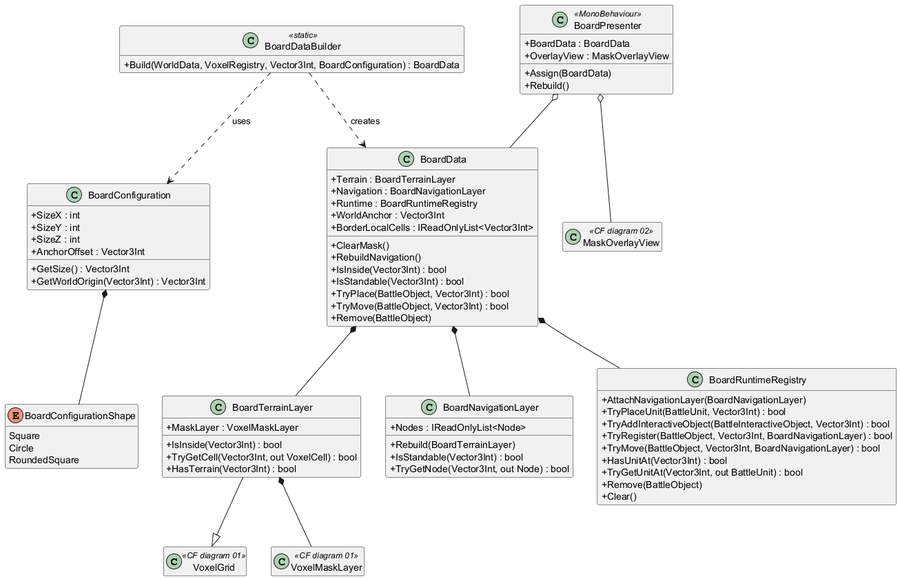
The PlantUML diagram Architecture/diagrams/Board System.png in EreliaStudio/Erelia, before a commit. Its diagram source:
```plantuml
@startuml Board System

skinparam classAttributeIconSize 0
hide empty members

class VoxelGrid <<CF diagram 01>> {}
class VoxelMaskLayer <<CF diagram 01>> {}
class MaskOverlayView <<CF diagram 02>> {}

class BoardConfiguration {
  +SizeX : int
  +SizeY : int
  +SizeZ : int
  +AnchorOffset : Vector3Int
  +GetSize() : Vector3Int
  +GetWorldOrigin(Vector3Int) : Vector3Int
}

enum BoardConfigurationShape {
  Square
  Circle
  RoundedSquare
}

class BoardTerrainLayer {
  +MaskLayer : VoxelMaskLayer
  +IsInside(Vector3Int) : bool
  +TryGetCell(Vector3Int, out VoxelCell) : bool
  +HasTerrain(Vector3Int) : bool
}

class BoardNavigationLayer {
  +Nodes : IReadOnlyList<Node>
  +Rebuild(BoardTerrainLayer)
  +IsStandable(Vector3Int) : bool
  +TryGetNode(Vector3Int, out Node) : bool
}

class BoardRuntimeRegistry {
  +AttachNavigationLayer(BoardNavigationLayer)
  +TryPlaceUnit(BattleUnit, Vector3Int) : bool
  +TryAddInteractiveObject(BattleInteractiveObject, Vector3Int) : bool
  +TryRegister(BattleObject, Vector3Int, BoardNavigationLayer) : bool
  +TryMove(BattleObject, Vector3Int, BoardNavigationLayer) : bool
  +HasUnitAt(Vector3Int) : bool
  +TryGetUnitAt(Vector3Int, out BattleUnit) : bool
  +Remove(BattleObject)
  +Clear()
}

class BoardData {
  +Terrain : BoardTerrainLayer
  +Navigation : BoardNavigationLayer
  +Runtime : BoardRuntimeRegistry
  +WorldAnchor : Vector3Int
  +BorderLocalCells : IReadOnlyList<Vector3Int>
  +ClearMask()
  +RebuildNavigation()
  +IsInside(Vector3Int) : bool
  +IsStandable(Vector3Int) : bool
  +TryPlace(BattleObject, Vector3Int) : bool
  +TryMove(BattleObject, Vector3Int) : bool
  +Remove(BattleObject)
}

class BoardDataBuilder <<static>> {
  +Build(WorldData, VoxelRegistry, Vector3Int, BoardConfiguration) : BoardData
}

class BoardPresenter <<MonoBehaviour>> {
  +BoardData : BoardData
  +OverlayView : MaskOverlayView
  +Assign(BoardData)
  +Rebuild()
}

BoardTerrainLayer --|> VoxelGrid
BoardTerrainLayer *-- VoxelMaskLayer
BoardData *-- BoardTerrainLayer
BoardData *-- BoardNavigationLayer
BoardData *-- BoardRuntimeRegistry
BoardConfiguration *-- BoardConfigurationShape
BoardDataBuilder ..> BoardData : creates
BoardDataBuilder ..> BoardConfiguration : uses
BoardPresenter o-- BoardData
BoardPresenter o-- MaskOverlayView

@enduml
```
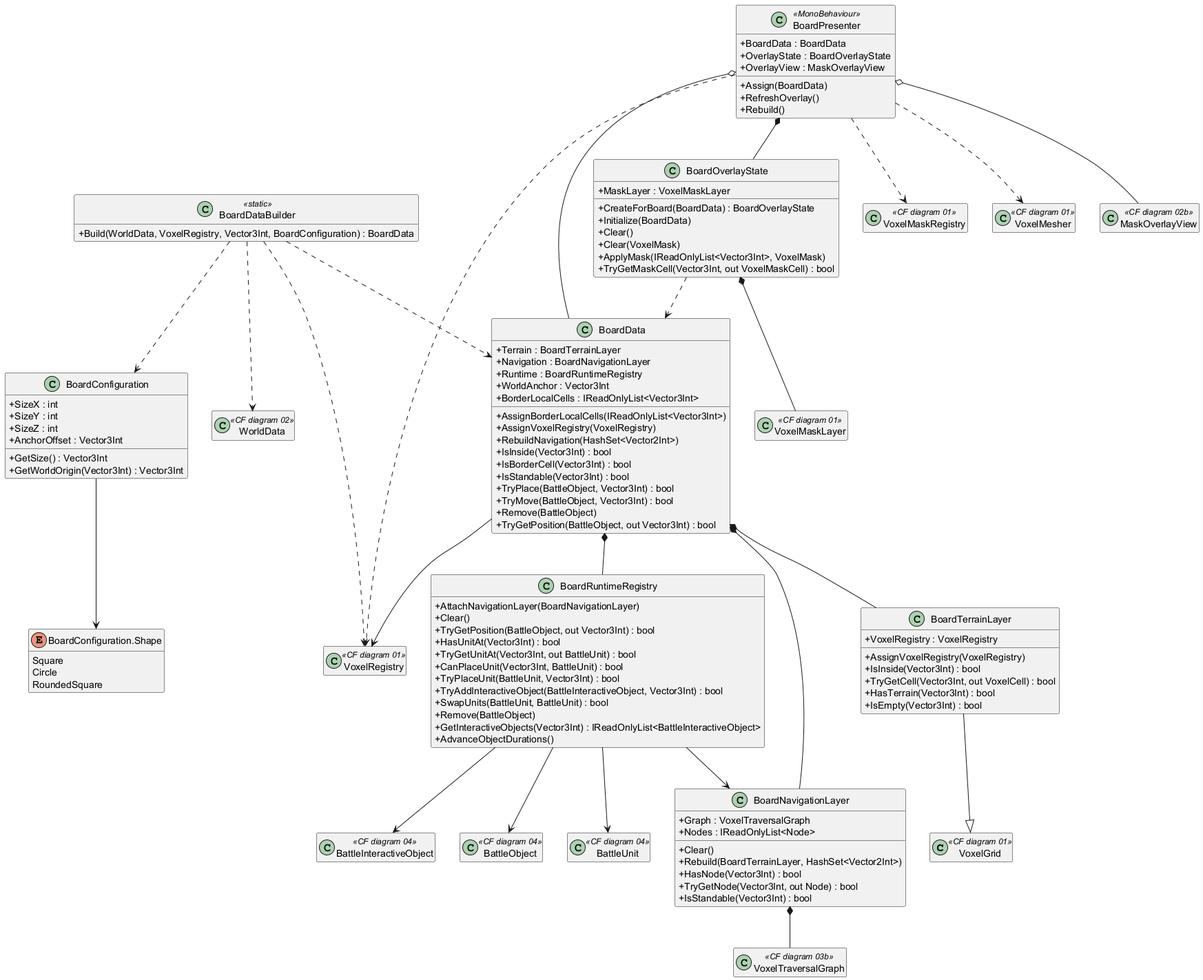
The same file after the commit.

Change to the diagram source:
```diff
@@ -1,11 +1,20 @@
 @startuml Board System
 
 skinparam classAttributeIconSize 0
+skinparam shadowing false
 hide empty members
 
 class VoxelGrid <<CF diagram 01>> {}
 class VoxelMaskLayer <<CF diagram 01>> {}
-class MaskOverlayView <<CF diagram 02>> {}
+class VoxelRegistry <<CF diagram 01>> {}
+class VoxelMaskRegistry <<CF diagram 01>> {}
+class VoxelMesher <<CF diagram 01>> {}
+class WorldData <<CF diagram 02>> {}
+class VoxelTraversalGraph <<CF diagram 03b>> {}
+class BattleObject <<CF diagram 04>> {}
+class BattleUnit <<CF diagram 04>> {}
+class BattleInteractiveObject <<CF diagram 04>> {}
+class MaskOverlayView <<CF diagram 02b>> {}
 
 class BoardConfiguration {
   +SizeX : int
@@ -16,36 +25,44 @@
   +GetWorldOrigin(Vector3Int) : Vector3Int
 }
 
-enum BoardConfigurationShape {
+enum "BoardConfiguration.Shape" as BoardConfigurationShape {
   Square
   Circle
   RoundedSquare
 }
 
 class BoardTerrainLayer {
-  +MaskLayer : VoxelMaskLayer
+  +VoxelRegistry : VoxelRegistry
+  +AssignVoxelRegistry(VoxelRegistry)
   +IsInside(Vector3Int) : bool
   +TryGetCell(Vector3Int, out VoxelCell) : bool
   +HasTerrain(Vector3Int) : bool
+  +IsEmpty(Vector3Int) : bool
 }
 
 class BoardNavigationLayer {
+  +Graph : VoxelTraversalGraph
   +Nodes : IReadOnlyList<Node>
-  +Rebuild(BoardTerrainLayer)
+  +Clear()
+  +Rebuild(BoardTerrainLayer, HashSet<Vector2Int>)
+  +HasNode(Vector3Int) : bool
+  +TryGetNode(Vector3Int, out Node) : bool
   +IsStandable(Vector3Int) : bool
-  +TryGetNode(Vector3Int, out Node) : bool
 }
 
 class BoardRuntimeRegistry {
   +AttachNavigationLayer(BoardNavigationLayer)
+  +Clear()
+  +TryGetPosition(BattleObject, out Vector3Int) : bool
+  +HasUnitAt(Vector3Int) : bool
+  +TryGetUnitAt(Vector3Int, out BattleUnit) : bool
+  +CanPlaceUnit(Vector3Int, BattleUnit) : bool
   +TryPlaceUnit(BattleUnit, Vector3Int) : bool
   +TryAddInteractiveObject(BattleInteractiveObject, Vector3Int) : bool
-  +TryRegister(BattleObject, Vector3Int, BoardNavigationLayer) : bool
-  +TryMove(BattleObject, Vector3Int, BoardNavigationLayer) : bool
-  +HasUnitAt(Vector3Int) : bool
-  +TryGetUnitAt(Vector3Int, out BattleUnit) : bool
+  +SwapUnits(BattleUnit, BattleUnit) : bool
   +Remove(BattleObject)
-  +Clear()
+  +GetInteractiveObjects(Vector3Int) : IReadOnlyList<BattleInteractiveObject>
+  +AdvanceObjectDurations()
 }
 
 class BoardData {
@@ -54,13 +71,26 @@
   +Runtime : BoardRuntimeRegistry
   +WorldAnchor : Vector3Int
   +BorderLocalCells : IReadOnlyList<Vector3Int>
-  +ClearMask()
-  +RebuildNavigation()
+  +AssignBorderLocalCells(IReadOnlyList<Vector3Int>)
+  +AssignVoxelRegistry(VoxelRegistry)
+  +RebuildNavigation(HashSet<Vector2Int>)
   +IsInside(Vector3Int) : bool
+  +IsBorderCell(Vector3Int) : bool
   +IsStandable(Vector3Int) : bool
   +TryPlace(BattleObject, Vector3Int) : bool
   +TryMove(BattleObject, Vector3Int) : bool
   +Remove(BattleObject)
+  +TryGetPosition(BattleObject, out Vector3Int) : bool
+}
+
+class BoardOverlayState {
+  +MaskLayer : VoxelMaskLayer
+  +CreateForBoard(BoardData) : BoardOverlayState
+  +Initialize(BoardData)
+  +Clear()
+  +Clear(VoxelMask)
+  +ApplyMask(IReadOnlyList<Vector3Int>, VoxelMask)
+  +TryGetMaskCell(Vector3Int, out VoxelMaskCell) : bool
 }
 
 class BoardDataBuilder <<static>> {
@@ -69,20 +99,35 @@
 
 class BoardPresenter <<MonoBehaviour>> {
   +BoardData : BoardData
+  +OverlayState : BoardOverlayState
   +OverlayView : MaskOverlayView
   +Assign(BoardData)
+  +RefreshOverlay()
   +Rebuild()
 }
 
 BoardTerrainLayer --|> VoxelGrid
-BoardTerrainLayer *-- VoxelMaskLayer
 BoardData *-- BoardTerrainLayer
 BoardData *-- BoardNavigationLayer
 BoardData *-- BoardRuntimeRegistry
-BoardConfiguration *-- BoardConfigurationShape
-BoardDataBuilder ..> BoardData : creates
-BoardDataBuilder ..> BoardConfiguration : uses
+BoardData --> VoxelRegistry
+BoardConfiguration --> BoardConfigurationShape
+BoardNavigationLayer *-- VoxelTraversalGraph
+BoardRuntimeRegistry --> BoardNavigationLayer
+BoardRuntimeRegistry --> BattleObject
+BoardRuntimeRegistry --> BattleUnit
+BoardRuntimeRegistry --> BattleInteractiveObject
+BoardOverlayState *-- VoxelMaskLayer
+BoardOverlayState ..> BoardData
+BoardDataBuilder ..> WorldData
+BoardDataBuilder ..> VoxelRegistry
+BoardDataBuilder ..> BoardConfiguration
+BoardDataBuilder ..> BoardData
 BoardPresenter o-- BoardData
+BoardPresenter *-- BoardOverlayState
 BoardPresenter o-- MaskOverlayView
+BoardPresenter ..> VoxelMesher
+BoardPresenter ..> VoxelRegistry
+BoardPresenter ..> VoxelMaskRegistry
 
 @enduml
```
